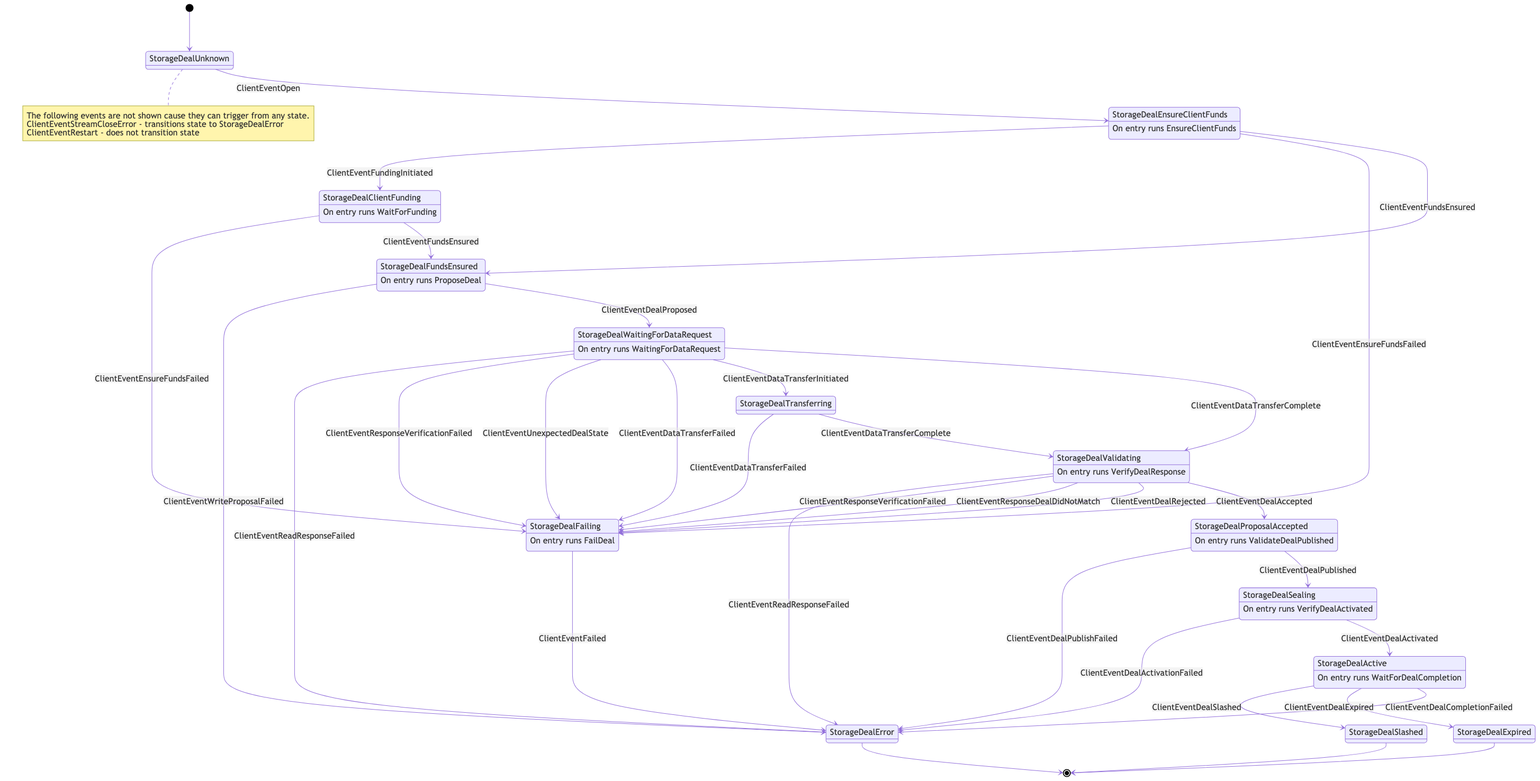
Before: docs/storageclient.mmd.png, a diagram exported from Mermaid (filecoin-project/go-fil-markets). Its source is kept beside it as docs/storageclient.mmd.
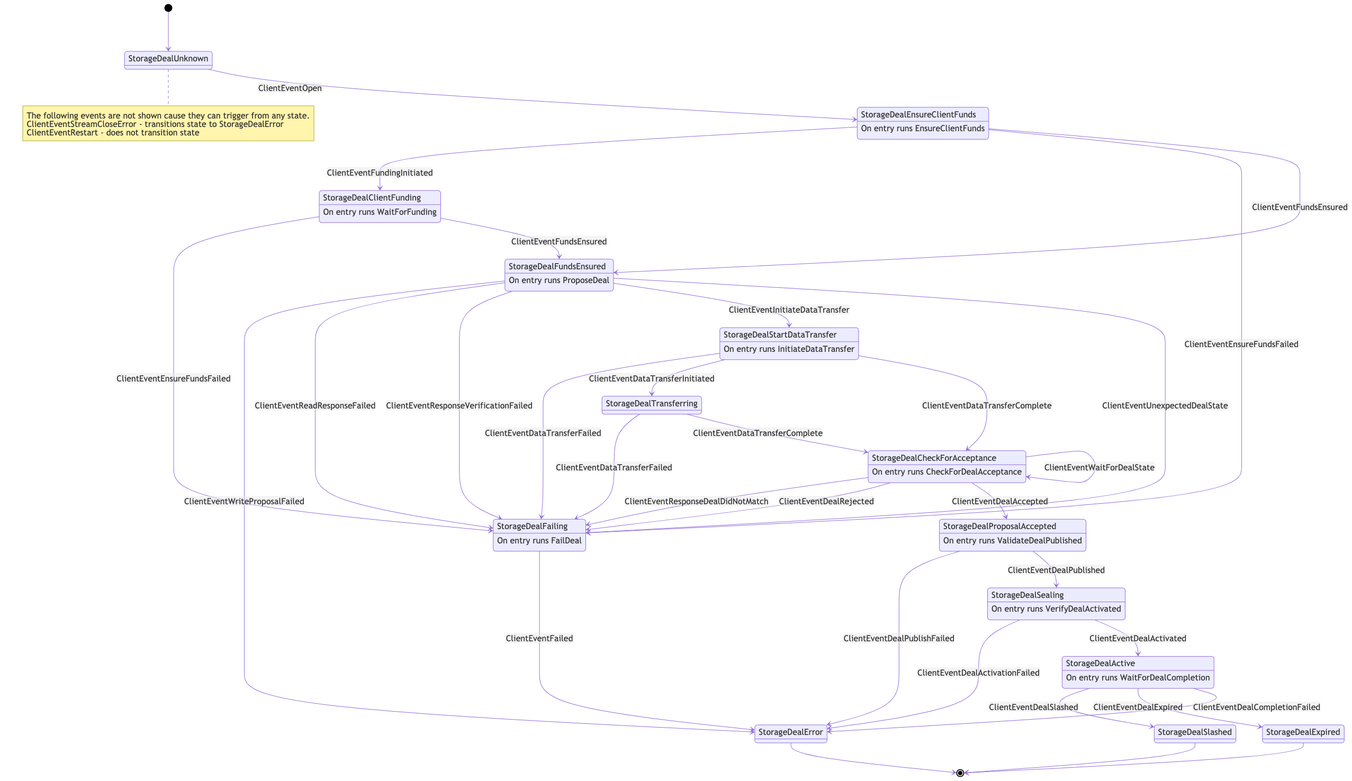
After the commit.

Change to the diagram source:
```diff
@@ -5,23 +5,23 @@
 	state "StorageDealActive" as 6
 	state "StorageDealExpired" as 7
 	state "StorageDealSlashed" as 8
-	state "StorageDealFailing" as 9
-	state "StorageDealFundsEnsured" as 10
-	state "StorageDealWaitingForDataRequest" as 11
-	state "StorageDealValidating" as 12
-	state "StorageDealTransferring" as 14
-	state "StorageDealEnsureClientFunds" as 18
-	state "StorageDealClientFunding" as 20
-	state "StorageDealError" as 23
+	state "StorageDealFailing" as 10
+	state "StorageDealFundsEnsured" as 11
+	state "StorageDealCheckForAcceptance" as 12
+	state "StorageDealStartDataTransfer" as 15
+	state "StorageDealTransferring" as 16
+	state "StorageDealEnsureClientFunds" as 20
+	state "StorageDealClientFunding" as 22
+	state "StorageDealError" as 25
 	3 : On entry runs ValidateDealPublished
 	5 : On entry runs VerifyDealActivated
 	6 : On entry runs WaitForDealCompletion
-	9 : On entry runs FailDeal
-	10 : On entry runs ProposeDeal
-	11 : On entry runs WaitingForDataRequest
-	12 : On entry runs VerifyDealResponse
-	18 : On entry runs EnsureClientFunds
-	20 : On entry runs WaitForFunding
+	10 : On entry runs FailDeal
+	11 : On entry runs ProposeDeal
+	12 : On entry runs CheckForDealAcceptance
+	15 : On entry runs InitiateDataTransfer
+	20 : On entry runs EnsureClientFunds
+	22 : On entry runs WaitForFunding
 	[*] --> 0
 	note right of 0
 		The following events are not shown cause they can trigger from any state.
@@ -29,35 +29,34 @@
 		ClientEventStreamCloseError - transitions state to StorageDealError
 		ClientEventRestart - does not transition state
 	end note
-	0 --> 18 : ClientEventOpen
-	18 --> 20 : ClientEventFundingInitiated
-	18 --> 9 : ClientEventEnsureFundsFailed
-	20 --> 9 : ClientEventEnsureFundsFailed
-	18 --> 10 : ClientEventFundsEnsured
-	20 --> 10 : ClientEventFundsEnsured
-	10 --> 23 : ClientEventWriteProposalFailed
-	10 --> 11 : ClientEventDealProposed
-	11 --> 23 : ClientEventReadResponseFailed
-	12 --> 23 : ClientEventReadResponseFailed
-	11 --> 9 : ClientEventResponseVerificationFailed
-	12 --> 9 : ClientEventResponseVerificationFailed
-	11 --> 9 : ClientEventUnexpectedDealState
-	11 --> 9 : ClientEventDataTransferFailed
-	14 --> 9 : ClientEventDataTransferFailed
-	11 --> 14 : ClientEventDataTransferInitiated
-	11 --> 12 : ClientEventDataTransferComplete
-	14 --> 12 : ClientEventDataTransferComplete
-	12 --> 9 : ClientEventResponseDealDidNotMatch
-	12 --> 9 : ClientEventDealRejected
+	0 --> 20 : ClientEventOpen
+	20 --> 22 : ClientEventFundingInitiated
+	20 --> 10 : ClientEventEnsureFundsFailed
+	22 --> 10 : ClientEventEnsureFundsFailed
+	20 --> 11 : ClientEventFundsEnsured
+	22 --> 11 : ClientEventFundsEnsured
+	11 --> 25 : ClientEventWriteProposalFailed
+	11 --> 10 : ClientEventReadResponseFailed
+	11 --> 10 : ClientEventResponseVerificationFailed
+	11 --> 15 : ClientEventInitiateDataTransfer
+	11 --> 10 : ClientEventUnexpectedDealState
+	15 --> 10 : ClientEventDataTransferFailed
+	16 --> 10 : ClientEventDataTransferFailed
+	15 --> 16 : ClientEventDataTransferInitiated
+	15 --> 12 : ClientEventDataTransferComplete
+	16 --> 12 : ClientEventDataTransferComplete
+	12 --> 12 : ClientEventWaitForDealState
+	12 --> 10 : ClientEventResponseDealDidNotMatch
+	12 --> 10 : ClientEventDealRejected
 	12 --> 3 : ClientEventDealAccepted
-	3 --> 23 : ClientEventDealPublishFailed
+	3 --> 25 : ClientEventDealPublishFailed
 	3 --> 5 : ClientEventDealPublished
-	5 --> 23 : ClientEventDealActivationFailed
+	5 --> 25 : ClientEventDealActivationFailed
 	5 --> 6 : ClientEventDealActivated
 	6 --> 8 : ClientEventDealSlashed
 	6 --> 7 : ClientEventDealExpired
-	6 --> 23 : ClientEventDealCompletionFailed
-	9 --> 23 : ClientEventFailed
+	6 --> 25 : ClientEventDealCompletionFailed
+	10 --> 25 : ClientEventFailed
 	8 --> [*]
 	7 --> [*]
-	23 --> [*]
+	25 --> [*]
```
